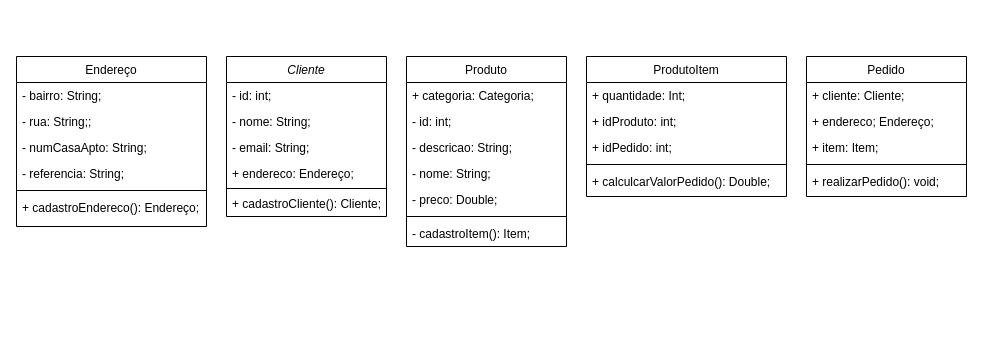
The draw.io diagram Documents/Diagrama UML- Projeto Parcial 1.drawio in Joao-Antonio-Reis/Projeto-Delivery, before the edit. Source tidied: cells renumbered, new cells numbered last; positions are measured from the earlier drawing's top-left corner, leaving out a move shared by most shapes. Both pictures are drawn from the tidied source at 100%, with x=0, y=0 at pixel (16, 56).
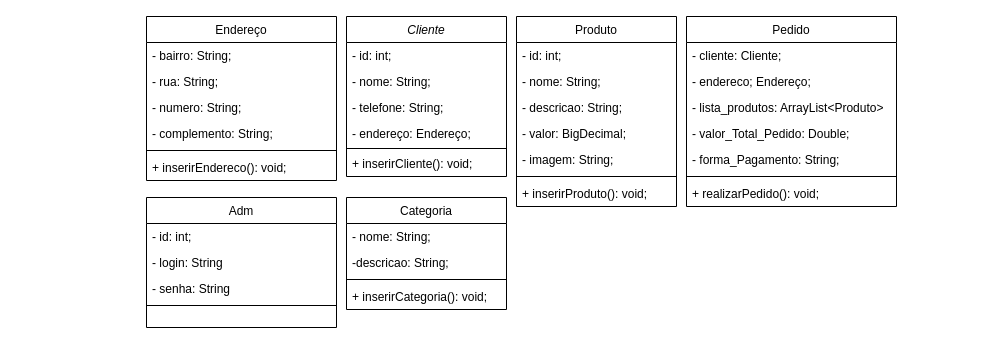
Above is the later version.

Commit message (it also covers changes not shown here):
Diagrama de classes atualizado

The edit, as a diff of the source:
```diff
@@
     <mxCell id="2" value="Cliente" style="swimlane;fontStyle=2;align=center;verticalAlign=top;horizontal=1;startSize=26;rounded=0;shadow=0;strokeWidth=1;" parent="1" vertex="1">
-      <mxGeometry x="210" width="160" height="160" as="geometry" />
+      <mxGeometry x="330" y="-40" width="160" height="160" as="geometry" />
     </mxCell>
@@
-    <mxCell id="5" value="- email: String;" style="text;align=left;verticalAlign=top;spacingLeft=4;spacingRight=4;overflow=hidden;rounded=0;shadow=0;html=0;" parent="2" vertex="1">
+    <mxCell id="5" value="- telefone: String;" style="text;align=left;verticalAlign=top;spacingLeft=4;spacingRight=4;overflow=hidden;rounded=0;shadow=0;html=0;" parent="2" vertex="1">
       <mxGeometry y="78" width="160" height="26" as="geometry" />
     </mxCell>
-    <mxCell id="6" value="+ endereco: Endereço;" style="text;align=left;verticalAlign=top;spacingLeft=4;spacingRight=4;overflow=hidden;rounded=0;shadow=0;html=0;" parent="2" vertex="1">
+    <mxCell id="6" value="- endereço: Endereço;" style="text;align=left;verticalAlign=top;spacingLeft=4;spacingRight=4;overflow=hidden;rounded=0;shadow=0;html=0;" parent="2" vertex="1">
       <mxGeometry y="104" width="160" height="26" as="geometry" />
     </mxCell>
@@
-    <mxCell id="8" value="+ cadastroCliente(): Cliente;" style="text;align=left;verticalAlign=top;spacingLeft=4;spacingRight=4;overflow=hidden;" parent="2" vertex="1">
+    <mxCell id="8" value="+ inserirCliente(): void;" style="text;align=left;verticalAlign=top;spacingLeft=4;spacingRight=4;overflow=hidden;" parent="2" vertex="1">
       <mxGeometry y="134" width="160" height="26" as="geometry" />
     </mxCell>
     <mxCell id="9" value="Endereço" style="swimlane;fontStyle=0;align=center;verticalAlign=top;horizontal=1;startSize=26;rounded=0;shadow=0;strokeWidth=1;" parent="1" vertex="1">
-      <mxGeometry width="190" height="170" as="geometry" />
+      <mxGeometry x="130" y="-40" width="190" height="164" as="geometry" />
     </mxCell>
@@
-    <mxCell id="11" value="- rua: String;;" style="text;align=left;verticalAlign=top;spacingLeft=4;spacingRight=4;overflow=hidden;rounded=0;shadow=0;html=0;" parent="9" vertex="1">
+    <mxCell id="11" value="- rua: String;" style="text;align=left;verticalAlign=top;spacingLeft=4;spacingRight=4;overflow=hidden;rounded=0;shadow=0;html=0;" parent="9" vertex="1">
       <mxGeometry y="52" width="190" height="26" as="geometry" />
     </mxCell>
-    <mxCell id="12" value="- numCasaApto: String;" style="text;align=left;verticalAlign=top;spacingLeft=4;spacingRight=4;overflow=hidden;rounded=0;shadow=0;html=0;" parent="9" vertex="1">
+    <mxCell id="12" value="- numero: String;" style="text;align=left;verticalAlign=top;spacingLeft=4;spacingRight=4;overflow=hidden;rounded=0;shadow=0;html=0;" parent="9" vertex="1">
       <mxGeometry y="78" width="190" height="26" as="geometry" />
     </mxCell>
-    <mxCell id="13" value="- referencia: String;" style="text;align=left;verticalAlign=top;spacingLeft=4;spacingRight=4;overflow=hidden;rounded=0;shadow=0;html=0;" parent="9" vertex="1">
+    <mxCell id="13" value="- complemento: String;" style="text;align=left;verticalAlign=top;spacingLeft=4;spacingRight=4;overflow=hidden;rounded=0;shadow=0;html=0;" parent="9" vertex="1">
       <mxGeometry y="104" width="190" height="26" as="geometry" />
     </mxCell>
@@
-    <mxCell id="15" value="+ cadastroEndereco(): Endereço;" style="text;align=left;verticalAlign=top;spacingLeft=4;spacingRight=4;overflow=hidden;" parent="9" vertex="1">
+    <mxCell id="15" value="+ inserirEndereco(): void;" style="text;align=left;verticalAlign=top;spacingLeft=4;spacingRight=4;overflow=hidden;" parent="9" vertex="1">
       <mxGeometry y="138" width="190" height="26" as="geometry" />
     </mxCell>
     <mxCell id="16" value="Produto" style="swimlane;fontStyle=0;align=center;verticalAlign=top;horizontal=1;startSize=26;rounded=0;shadow=0;strokeWidth=1;" parent="1" vertex="1">
-      <mxGeometry x="390" width="160" height="190" as="geometry" />
+      <mxGeometry x="500" y="-40" width="160" height="190" as="geometry" />
     </mxCell>
-    <mxCell id="17" value="+ categoria: Categoria;" style="text;align=left;verticalAlign=top;spacingLeft=4;spacingRight=4;overflow=hidden;" parent="16" vertex="1">
-      <mxGeometry y="26" width="160" height="26" as="geometry" />
-    </mxCell>
     <mxCell id="18" value="- id: int;" style="text;align=left;verticalAlign=top;spacingLeft=4;spacingRight=4;overflow=hidden;" parent="16" vertex="1">
-      <mxGeometry y="52" width="160" height="26" as="geometry" />
+      <mxGeometry y="26" width="160" height="26" as="geometry" />
     </mxCell>
+    <mxCell id="20" value="- nome: String;" style="text;align=left;verticalAlign=top;spacingLeft=4;spacingRight=4;overflow=hidden;" parent="16" vertex="1">
+      <mxGeometry y="52" width="160" height="26" as="geometry" />
+    </mxCell>
@@
-    <mxCell id="20" value="- nome: String;" style="text;align=left;verticalAlign=top;spacingLeft=4;spacingRight=4;overflow=hidden;" parent="16" vertex="1">
-      <mxGeometry y="104" width="160" height="26" as="geometry" />
-    </mxCell>
-    <mxCell id="21" value="- preco: Double;" style="text;align=left;verticalAlign=top;spacingLeft=4;spacingRight=4;overflow=hidden;" parent="16" vertex="1">
-      <mxGeometry y="130" width="160" height="26" as="geometry" />
+    <mxCell id="21" value="- valor: BigDecimal;" style="text;align=left;verticalAlign=top;spacingLeft=4;spacingRight=4;overflow=hidden;" parent="16" vertex="1">
+      <mxGeometry y="104" width="160" height="26" as="geometry" />
     </mxCell>
+    <mxCell id="36" value="- imagem: String;" style="text;align=left;verticalAlign=top;spacingLeft=4;spacingRight=4;overflow=hidden;" parent="16" vertex="1">
+      <mxGeometry y="130" width="160" height="26" as="geometry" />
+    </mxCell>
@@
-    <mxCell id="23" value="- cadastroItem(): Item;" style="text;align=left;verticalAlign=top;spacingLeft=4;spacingRight=4;overflow=hidden;" parent="16" vertex="1">
+    <mxCell id="23" value="+ inserirProduto(): void;" style="text;align=left;verticalAlign=top;spacingLeft=4;spacingRight=4;overflow=hidden;" parent="16" vertex="1">
       <mxGeometry y="164" width="160" height="26" as="geometry" />
     </mxCell>
     <mxCell id="24" value="Pedido" style="swimlane;fontStyle=0;align=center;verticalAlign=top;horizontal=1;startSize=26;rounded=0;shadow=0;strokeWidth=1;" parent="1" vertex="1">
-      <mxGeometry x="790" width="160" height="140" as="geometry" />
+      <mxGeometry x="670" y="-40" width="210" height="190" as="geometry" />
     </mxCell>
-    <mxCell id="25" value="+ cliente: Cliente;" style="text;align=left;verticalAlign=top;spacingLeft=4;spacingRight=4;overflow=hidden;" parent="24" vertex="1">
-      <mxGeometry y="26" width="160" height="26" as="geometry" />
+    <mxCell id="25" value="- cliente: Cliente;" style="text;align=left;verticalAlign=top;spacingLeft=4;spacingRight=4;overflow=hidden;" parent="24" vertex="1">
+      <mxGeometry y="26" width="210" height="26" as="geometry" />
     </mxCell>
-    <mxCell id="26" value="+ endereco; Endereço;" style="text;align=left;verticalAlign=top;spacingLeft=4;spacingRight=4;overflow=hidden;rounded=0;shadow=0;html=0;" parent="24" vertex="1">
-      <mxGeometry y="52" width="160" height="26" as="geometry" />
+    <mxCell id="26" value="- endereco; Endereço;" style="text;align=left;verticalAlign=top;spacingLeft=4;spacingRight=4;overflow=hidden;rounded=0;shadow=0;html=0;" parent="24" vertex="1">
+      <mxGeometry y="52" width="210" height="26" as="geometry" />
     </mxCell>
-    <mxCell id="27" value="+ item: Item;" style="text;align=left;verticalAlign=top;spacingLeft=4;spacingRight=4;overflow=hidden;rounded=0;shadow=0;html=0;" parent="24" vertex="1">
-      <mxGeometry y="78" width="160" height="26" as="geometry" />
+    <mxCell id="27" value="- lista_produtos: ArrayList&lt;Produto&gt;" style="text;align=left;verticalAlign=top;spacingLeft=4;spacingRight=4;overflow=hidden;rounded=0;shadow=0;html=0;" parent="24" vertex="1">
+      <mxGeometry y="78" width="210" height="26" as="geometry" />
     </mxCell>
+    <mxCell id="37" value="- valor_Total_Pedido: Double;" style="text;align=left;verticalAlign=top;spacingLeft=4;spacingRight=4;overflow=hidden;rounded=0;shadow=0;html=0;" parent="24" vertex="1">
+      <mxGeometry y="104" width="210" height="26" as="geometry" />
+    </mxCell>
+    <mxCell id="38" value="- forma_Pagamento: String;" style="text;align=left;verticalAlign=top;spacingLeft=4;spacingRight=4;overflow=hidden;rounded=0;shadow=0;html=0;" parent="24" vertex="1">
+      <mxGeometry y="130" width="210" height="26" as="geometry" />
+    </mxCell>
     <mxCell id="28" style="line;html=1;strokeWidth=1;align=left;verticalAlign=middle;spacingTop=-1;spacingLeft=3;spacingRight=3;labelPosition=right;" parent="24" vertex="1">
-      <mxGeometry y="104" width="160" height="8" as="geometry" />
+      <mxGeometry y="156" width="210" height="8" as="geometry" />
     </mxCell>
     <mxCell id="29" value="+ realizarPedido(): void;" style="text;align=left;verticalAlign=top;spacingLeft=4;spacingRight=4;overflow=hidden;" parent="24" vertex="1">
-      <mxGeometry y="112" width="160" height="26" as="geometry" />
+      <mxGeometry y="164" width="210" height="26" as="geometry" />
     </mxCell>
-    <mxCell id="30" value="ProdutoItem" style="swimlane;fontStyle=0;align=center;verticalAlign=top;horizontal=1;startSize=26;rounded=0;shadow=0;strokeWidth=1;" parent="1" vertex="1">
-      <mxGeometry x="570" width="200" height="140" as="geometry" />
-    </mxCell>
-    <mxCell id="31" value="+ quantidade: Int;&#10;" style="text;align=left;verticalAlign=top;spacingLeft=4;spacingRight=4;overflow=hidden;rounded=0;shadow=0;html=0;" parent="30" vertex="1">
-      <mxGeometry y="26" width="200" height="26" as="geometry" />
-    </mxCell>
-    <mxCell id="32" value="+ idProduto: int;&#10;" style="text;align=left;verticalAlign=top;spacingLeft=4;spacingRight=4;overflow=hidden;rounded=0;shadow=0;html=0;" parent="30" vertex="1">
-      <mxGeometry y="52" width="200" height="26" as="geometry" />
-    </mxCell>
-    <mxCell id="33" value="+ idPedido: int;&#10;" style="text;align=left;verticalAlign=top;spacingLeft=4;spacingRight=4;overflow=hidden;rounded=0;shadow=0;html=0;" parent="30" vertex="1">
-      <mxGeometry y="78" width="200" height="26" as="geometry" />
-    </mxCell>
-    <mxCell id="34" style="line;html=1;strokeWidth=1;align=left;verticalAlign=middle;spacingTop=-1;spacingLeft=3;spacingRight=3;labelPosition=right;" parent="30" vertex="1">
-      <mxGeometry y="104" width="200" height="8" as="geometry" />
-    </mxCell>
-    <mxCell id="35" value="+ calculcarValorPedido(): Double;" style="text;align=left;verticalAlign=top;spacingLeft=4;spacingRight=4;overflow=hidden;rounded=0;shadow=0;html=0;" parent="30" vertex="1">
-      <mxGeometry y="112" width="200" height="26" as="geometry" />
-    </mxCell>
+    <mxCell id="39" value="Adm&#10;" style="swimlane;fontStyle=0;align=center;verticalAlign=top;horizontal=1;startSize=26;rounded=0;shadow=0;strokeWidth=1;" parent="1" vertex="1">
+      <mxGeometry x="130" y="141" width="190" height="130" as="geometry" />
+    </mxCell>
+    <mxCell id="40" value="- id: int;" style="text;align=left;verticalAlign=top;spacingLeft=4;spacingRight=4;overflow=hidden;" parent="39" vertex="1">
+      <mxGeometry y="26" width="190" height="26" as="geometry" />
+    </mxCell>
+    <mxCell id="41" value="- login: String" style="text;align=left;verticalAlign=top;spacingLeft=4;spacingRight=4;overflow=hidden;rounded=0;shadow=0;html=0;" parent="39" vertex="1">
+      <mxGeometry y="52" width="190" height="26" as="geometry" />
+    </mxCell>
+    <mxCell id="42" value="- senha: String" style="text;align=left;verticalAlign=top;spacingLeft=4;spacingRight=4;overflow=hidden;rounded=0;shadow=0;html=0;" parent="39" vertex="1">
+      <mxGeometry y="78" width="190" height="26" as="geometry" />
+    </mxCell>
+    <mxCell id="43" style="line;html=1;strokeWidth=1;align=left;verticalAlign=middle;spacingTop=-1;spacingLeft=3;spacingRight=3;labelPosition=right;" parent="39" vertex="1">
+      <mxGeometry y="104" width="190" height="8" as="geometry" />
+    </mxCell>
+    <mxCell id="44" value="Categoria" style="swimlane;fontStyle=0;align=center;verticalAlign=top;horizontal=1;startSize=26;rounded=0;shadow=0;strokeWidth=1;" parent="1" vertex="1">
+      <mxGeometry x="330" y="141" width="160" height="112" as="geometry" />
+    </mxCell>
+    <mxCell id="45" value="- nome: String;" style="text;align=left;verticalAlign=top;spacingLeft=4;spacingRight=4;overflow=hidden;" parent="44" vertex="1">
+      <mxGeometry y="26" width="160" height="26" as="geometry" />
+    </mxCell>
+    <mxCell id="46" value="-descricao: String;" style="text;align=left;verticalAlign=top;spacingLeft=4;spacingRight=4;overflow=hidden;rounded=0;shadow=0;html=0;" parent="44" vertex="1">
+      <mxGeometry y="52" width="160" height="26" as="geometry" />
+    </mxCell>
+    <mxCell id="47" style="line;html=1;strokeWidth=1;align=left;verticalAlign=middle;spacingTop=-1;spacingLeft=3;spacingRight=3;labelPosition=right;" parent="44" vertex="1">
+      <mxGeometry y="78" width="160" height="8" as="geometry" />
+    </mxCell>
+    <mxCell id="48" value="+ inserirCategoria(): void;" style="text;align=left;verticalAlign=top;spacingLeft=4;spacingRight=4;overflow=hidden;" parent="44" vertex="1">
+      <mxGeometry y="86" width="160" height="26" as="geometry" />
+    </mxCell>
```
